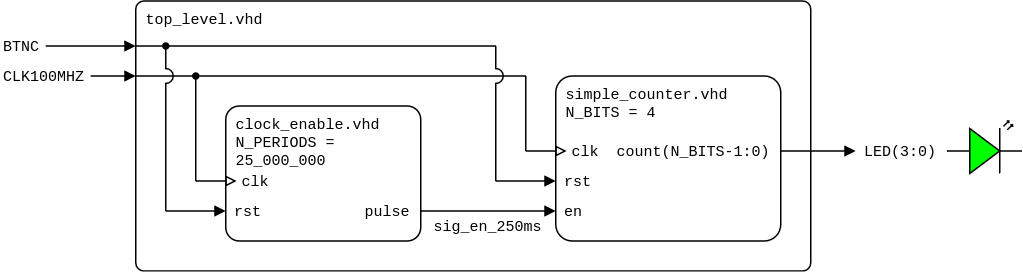
Earlier version of the draw.io export lab5-counter/images/top-level_ver1.png (tomas-fryza/vhdl-labs). Source tidied: cells renumbered, new cells last; positions are measured from the earlier drawing's top-left corner, leaving out a move shared by most shapes.
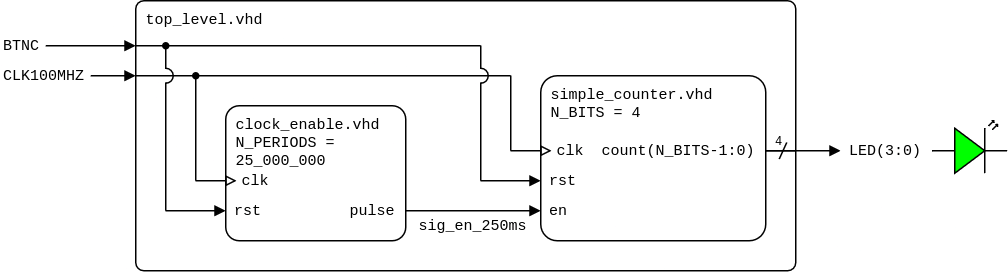
After the change.

Commit message:
added bus to top level schematics

Diff of the diagram source:
```diff
@@ -3,22 +3,22 @@
     <mxCell id="0" />
     <mxCell id="1" parent="0" />
     <mxCell id="2" value="top_level.vhd" style="rounded=1;arcSize=3;whiteSpace=wrap;html=1;align=left;verticalAlign=top;fontFamily=Courier New;absoluteArcSize=0;fillColor=none;fontSize=10;spacingLeft=5;imageHeight=24;" parent="1" vertex="1">
-      <mxGeometry x="90" width="450" height="180" as="geometry" />
+      <mxGeometry x="100" width="440" height="180" as="geometry" />
     </mxCell>
     <mxCell id="3" style="endArrow=none;html=1;rounded=0;endFill=1;endSize=5;startSize=5;startFill=0;" parent="1" edge="1">
       <mxGeometry relative="1" as="geometry">
-        <mxPoint x="90" y="30" as="sourcePoint" />
+        <mxPoint x="100" y="30" as="sourcePoint" />
         <mxPoint x="330" y="30" as="targetPoint" />
       </mxGeometry>
     </mxCell>
     <mxCell id="4" style="endArrow=block;html=1;rounded=0;endFill=1;endSize=5;startSize=5;" parent="1" edge="1">
       <mxGeometry relative="1" as="geometry">
-        <mxPoint x="30" y="30" as="sourcePoint" />
-        <mxPoint x="90" y="30" as="targetPoint" />
+        <mxPoint x="40" y="30" as="sourcePoint" />
+        <mxPoint x="100" y="30" as="targetPoint" />
       </mxGeometry>
     </mxCell>
     <mxCell id="5" value="BTNC" style="text;html=1;align=left;verticalAlign=middle;whiteSpace=wrap;rounded=0;fontFamily=Courier New;fontSize=10;fillOpacity=100;spacing=2;spacingLeft=0;" parent="1" vertex="1">
-      <mxGeometry x="-0.4" y="20" width="40" height="20" as="geometry" />
+      <mxGeometry x="9.6" y="20" width="40" height="20" as="geometry" />
     </mxCell>
     <mxCell id="6" style="endArrow=none;html=1;rounded=0;startArrow=none;startFill=0;endSize=4;startSize=4;" parent="1" edge="1">
       <mxGeometry relative="1" as="geometry">
@@ -37,12 +37,12 @@
     </mxCell>
     <mxCell id="9" style="endArrow=block;html=1;rounded=0;endFill=1;endSize=5;startSize=5;" parent="1" edge="1">
       <mxGeometry relative="1" as="geometry">
-        <mxPoint x="60" y="50" as="sourcePoint" />
-        <mxPoint x="90" y="50" as="targetPoint" />
+        <mxPoint x="70" y="50" as="sourcePoint" />
+        <mxPoint x="100" y="50" as="targetPoint" />
       </mxGeometry>
     </mxCell>
     <mxCell id="10" value="CLK100MHZ" style="text;html=1;align=left;verticalAlign=middle;whiteSpace=wrap;rounded=0;fontFamily=Courier New;fontSize=10;fillOpacity=100;spacing=2;spacingLeft=0;" parent="1" vertex="1">
-      <mxGeometry y="40" width="70" height="20" as="geometry" />
+      <mxGeometry x="10" y="40" width="70" height="20" as="geometry" />
     </mxCell>
     <mxCell id="11" style="endArrow=none;html=1;rounded=0;startArrow=none;startFill=0;endSize=4;startSize=4;" parent="1" edge="1">
       <mxGeometry relative="1" as="geometry">
@@ -88,7 +88,7 @@
     </mxCell>
     <mxCell id="21" style="endArrow=none;html=1;rounded=0;endFill=0;endSize=5;startSize=5;" parent="1" edge="1">
       <mxGeometry relative="1" as="geometry">
-        <mxPoint x="90" y="50" as="sourcePoint" />
+        <mxPoint x="100" y="50" as="sourcePoint" />
         <mxPoint x="350" y="50" as="targetPoint" />
       </mxGeometry>
     </mxCell>
@@ -96,18 +96,18 @@
       <mxGeometry x="280" y="145" width="90" height="10" as="geometry" />
     </mxCell>
     <mxCell id="23" value="clock_enable.vhd&lt;div&gt;N_PERIODS = 25_000_000&lt;br&gt;&lt;/div&gt;" style="rounded=1;arcSize=10;align=left;verticalAlign=top;fontFamily=Courier New;absoluteArcSize=0;fillColor=none;fixDash=0;fontSize=10;spacingLeft=5;labelBorderColor=none;spacingTop=0;spacing=2;labelBackgroundColor=none;whiteSpace=wrap;html=1;strokeWidth=1;shadow=0;glass=0;" parent="1" vertex="1">
-      <mxGeometry x="150" y="70" width="130" height="90" as="geometry" />
+      <mxGeometry x="160" y="70" width="120" height="90" as="geometry" />
     </mxCell>
     <mxCell id="24" value="rst" style="text;html=1;align=left;verticalAlign=middle;whiteSpace=wrap;rounded=0;fontFamily=Courier New;fontSize=10;fillOpacity=100;spacingLeft=5;" parent="1" vertex="1">
-      <mxGeometry x="149.4" y="130" width="40.6" height="20" as="geometry" />
+      <mxGeometry x="159.4" y="130" width="40.6" height="20" as="geometry" />
     </mxCell>
     <mxCell id="25" value="clk" style="text;html=1;align=left;verticalAlign=middle;whiteSpace=wrap;rounded=0;fontFamily=Courier New;fontSize=10;fillOpacity=100;spacing=2;spacingLeft=10;" parent="1" vertex="1">
-      <mxGeometry x="149.4" y="110" width="40.6" height="20" as="geometry" />
+      <mxGeometry x="159.4" y="110" width="40.6" height="20" as="geometry" />
     </mxCell>
     <mxCell id="26" style="endArrow=block;html=1;rounded=0;endFill=0;endSize=5;startSize=5;" parent="1" edge="1">
       <mxGeometry relative="1" as="geometry">
-        <mxPoint x="130" y="120" as="sourcePoint" />
-        <mxPoint x="157.2" y="120" as="targetPoint" />
+        <mxPoint x="140" y="120" as="sourcePoint" />
+        <mxPoint x="167.2" y="120" as="targetPoint" />
       </mxGeometry>
     </mxCell>
     <mxCell id="27" value="pulse" style="text;html=1;align=right;verticalAlign=middle;whiteSpace=wrap;rounded=0;fontFamily=Courier New;fontSize=10;fillOpacity=100;spacing=2;spacingRight=5;" parent="1" vertex="1">
@@ -115,8 +115,8 @@
     </mxCell>
     <mxCell id="28" style="endArrow=block;html=1;rounded=0;endFill=1;endSize=5;startSize=5;" parent="1" edge="1">
       <mxGeometry relative="1" as="geometry">
-        <mxPoint x="110" y="140" as="sourcePoint" />
-        <mxPoint x="150" y="140" as="targetPoint" />
+        <mxPoint x="120" y="140" as="sourcePoint" />
+        <mxPoint x="160" y="140" as="targetPoint" />
       </mxGeometry>
     </mxCell>
     <mxCell id="29" style="endArrow=none;html=1;rounded=0;startArrow=none;startFill=0;endSize=4;startSize=4;" parent="1" edge="1">
@@ -127,27 +127,42 @@
     </mxCell>
     <mxCell id="30" style="endArrow=oval;html=1;rounded=0;startArrow=none;startFill=0;endSize=4;startSize=4;endFill=1;" parent="1" edge="1">
       <mxGeometry relative="1" as="geometry">
-        <mxPoint x="130" y="120" as="sourcePoint" />
-        <mxPoint x="130" y="50" as="targetPoint" />
+        <mxPoint x="140" y="120" as="sourcePoint" />
+        <mxPoint x="140" y="50" as="targetPoint" />
       </mxGeometry>
     </mxCell>
     <mxCell id="31" style="endArrow=none;html=1;rounded=0;startArrow=oval;startFill=1;endSize=4;startSize=4;" parent="1" edge="1">
       <mxGeometry relative="1" as="geometry">
-        <mxPoint x="110" y="30" as="sourcePoint" />
-        <mxPoint x="110" y="45.5" as="targetPoint" />
+        <mxPoint x="120" y="30" as="sourcePoint" />
+        <mxPoint x="120" y="45.5" as="targetPoint" />
       </mxGeometry>
     </mxCell>
     <mxCell id="32" style="verticalLabelPosition=bottom;verticalAlign=top;html=1;shape=mxgraph.basic.arc;startAngle=0.75;endAngle=0.25;rotation=90;" parent="1" vertex="1">
-      <mxGeometry x="105" y="45" width="10" height="10" as="geometry" />
+      <mxGeometry x="115" y="45" width="10" height="10" as="geometry" />
     </mxCell>
     <mxCell id="33" style="endArrow=none;html=1;rounded=0;startArrow=none;startFill=0;endSize=4;startSize=4;" parent="1" edge="1">
       <mxGeometry relative="1" as="geometry">
-        <mxPoint x="110" y="140" as="sourcePoint" />
-        <mxPoint x="110" y="54.5" as="targetPoint" />
+        <mxPoint x="120" y="140" as="sourcePoint" />
+        <mxPoint x="120" y="54.5" as="targetPoint" />
       </mxGeometry>
     </mxCell>
     <mxCell id="34" style="verticalLabelPosition=bottom;shadow=0;dashed=0;align=center;html=1;verticalAlign=top;shape=mxgraph.electrical.opto_electronics.led_2;fillColor=#00FF00;" parent="1" vertex="1">
       <mxGeometry x="631" y="80" width="50" height="35" as="geometry" />
     </mxCell>
+    <mxCell id="35" style="endArrow=none;html=1;rounded=0;endFill=0;endSize=5;startSize=5;" parent="1" edge="1">
+      <mxGeometry relative="1" as="geometry">
+        <mxPoint x="520" y="100" as="sourcePoint" />
+        <mxPoint x="540" y="100" as="targetPoint" />
+      </mxGeometry>
+    </mxCell>
+    <mxCell id="36" value="4" style="text;html=1;align=center;verticalAlign=middle;whiteSpace=wrap;rounded=0;fontFamily=Courier New;fontSize=8;fillOpacity=100;spacing=2;spacingRight=0;" parent="1" vertex="1">
+      <mxGeometry x="514" y="84" width="30" height="20" as="geometry" />
+    </mxCell>
+    <mxCell id="37" style="endArrow=none;html=1;rounded=0;startArrow=none;startFill=0;endSize=4;startSize=4;" parent="1" edge="1">
+      <mxGeometry relative="1" as="geometry">
+        <mxPoint x="534" y="94.5" as="sourcePoint" />
+        <mxPoint x="529" y="105.5" as="targetPoint" />
+      </mxGeometry>
+    </mxCell>
   </root>
 </mxGraphModel>
```
